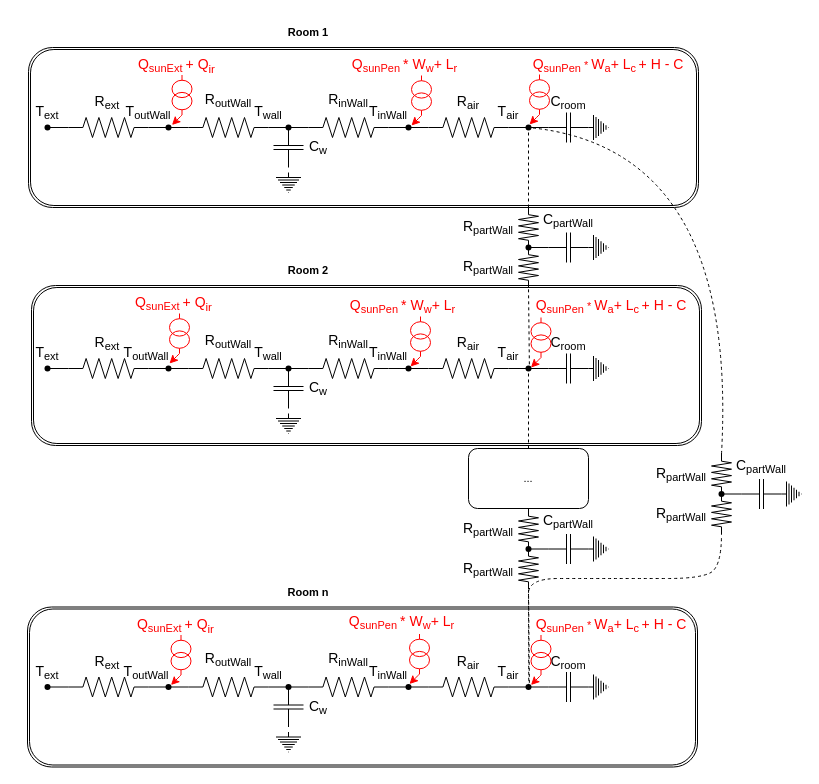
This is rc-building-circuit.drawio from henrikhestnes/esp-r-house, a draw.io file, before an edit. Source tidied: cells renumbered, new cells numbered last; positions are measured from the earlier drawing's top-left corner, leaving out a move shared by most shapes. Both pictures are drawn from the tidied source at 100%, with x=0, y=0 at pixel (17, 17).
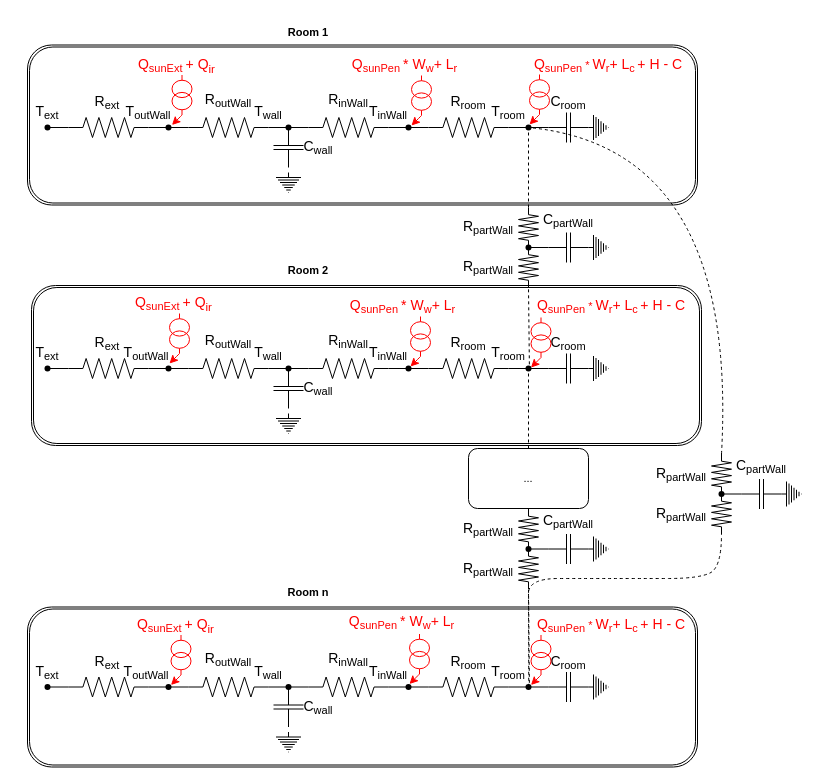
Above is the later version.

What changed in the source:
```diff
@@
+    <mxCell id="155" style="shape=ext;double=1;rounded=1;whiteSpace=wrap;html=1;strokeColor=#000000;fontSize=11;fontColor=#FF0000;fillColor=none;" parent="1" vertex="1">
+      <mxGeometry x="10" y="589.5" width="670" height="160" as="geometry" />
+    </mxCell>
+    <mxCell id="153" style="shape=ext;double=1;rounded=1;whiteSpace=wrap;html=1;strokeColor=#000000;fontSize=11;fontColor=#FF0000;fillColor=none;" parent="1" vertex="1">
+      <mxGeometry x="10" y="27.5" width="670" height="160" as="geometry" />
+    </mxCell>
+    <mxCell id="154" style="shape=ext;double=1;rounded=1;whiteSpace=wrap;html=1;strokeColor=#000000;fontSize=11;fontColor=#FF0000;fillColor=none;" parent="1" vertex="1">
+      <mxGeometry x="14" y="268" width="670" height="160" as="geometry" />
+    </mxCell>
@@
-    <mxCell id="16" value="&lt;span style=&quot;font-size: 14px;&quot;&gt;C&lt;/span&gt;&lt;sub style=&quot;&quot;&gt;&lt;font style=&quot;font-size: 11px;&quot;&gt;w&lt;/font&gt;&lt;/sub&gt;" style="text;html=1;strokeColor=none;fillColor=none;align=center;verticalAlign=middle;whiteSpace=wrap;rounded=0;" parent="1" vertex="1">
+    <mxCell id="16" value="&lt;span style=&quot;font-size: 14px;&quot;&gt;C&lt;/span&gt;&lt;sub style=&quot;&quot;&gt;&lt;font style=&quot;font-size: 11px;&quot;&gt;wall&lt;/font&gt;&lt;/sub&gt;" style="text;html=1;strokeColor=none;fillColor=none;align=center;verticalAlign=middle;whiteSpace=wrap;rounded=0;" parent="1" vertex="1">
       <mxGeometry x="271" y="115" width="60" height="30" as="geometry" />
     </mxCell>
@@
-    <mxCell id="23" value="&lt;font style=&quot;font-size: 14px;&quot;&gt;T&lt;/font&gt;&lt;sub style=&quot;&quot;&gt;&lt;font style=&quot;font-size: 11px;&quot;&gt;air&lt;/font&gt;&lt;/sub&gt;" style="text;html=1;strokeColor=none;fillColor=none;align=center;verticalAlign=middle;whiteSpace=wrap;rounded=0;" parent="1" vertex="1">
+    <mxCell id="23" value="&lt;font style=&quot;font-size: 14px;&quot;&gt;T&lt;/font&gt;&lt;sub style=&quot;&quot;&gt;&lt;font style=&quot;font-size: 11px;&quot;&gt;room&lt;/font&gt;&lt;/sub&gt;" style="text;html=1;strokeColor=none;fillColor=none;align=center;verticalAlign=middle;whiteSpace=wrap;rounded=0;" parent="1" vertex="1">
       <mxGeometry x="461" y="80" width="60" height="30" as="geometry" />
     </mxCell>
@@
-    <mxCell id="28" value="&lt;font style=&quot;&quot;&gt;&lt;font style=&quot;&quot;&gt;&lt;span style=&quot;font-size: 14px;&quot;&gt;R&lt;/span&gt;&lt;sub style=&quot;&quot;&gt;&lt;font style=&quot;font-size: 11px;&quot;&gt;air&lt;/font&gt;&lt;/sub&gt;&lt;br&gt;&lt;/font&gt;&lt;/font&gt;" style="text;html=1;strokeColor=none;fillColor=none;align=center;verticalAlign=middle;whiteSpace=wrap;rounded=0;" parent="1" vertex="1">
+    <mxCell id="28" value="&lt;font style=&quot;&quot;&gt;&lt;font style=&quot;&quot;&gt;&lt;span style=&quot;font-size: 14px;&quot;&gt;R&lt;/span&gt;&lt;sub style=&quot;&quot;&gt;&lt;font style=&quot;font-size: 11px;&quot;&gt;room&lt;/font&gt;&lt;/sub&gt;&lt;br&gt;&lt;/font&gt;&lt;/font&gt;" style="text;html=1;strokeColor=none;fillColor=none;align=center;verticalAlign=middle;whiteSpace=wrap;rounded=0;" parent="1" vertex="1">
       <mxGeometry x="421" y="70" width="60" height="30" as="geometry" />
     </mxCell>
@@
-    <mxCell id="57" value="&lt;span style=&quot;font-size: 14px;&quot;&gt;C&lt;/span&gt;&lt;sub style=&quot;&quot;&gt;&lt;font style=&quot;font-size: 11px;&quot;&gt;w&lt;/font&gt;&lt;/sub&gt;" style="text;html=1;strokeColor=none;fillColor=none;align=center;verticalAlign=middle;whiteSpace=wrap;rounded=0;" parent="1" vertex="1">
+    <mxCell id="57" value="&lt;span style=&quot;font-size: 14px;&quot;&gt;C&lt;/span&gt;&lt;sub style=&quot;&quot;&gt;&lt;font style=&quot;font-size: 11px;&quot;&gt;wall&lt;/font&gt;&lt;/sub&gt;" style="text;html=1;strokeColor=none;fillColor=none;align=center;verticalAlign=middle;whiteSpace=wrap;rounded=0;" parent="1" vertex="1">
       <mxGeometry x="271" y="356" width="60" height="30" as="geometry" />
     </mxCell>
@@
-    <mxCell id="64" value="&lt;font style=&quot;font-size: 14px;&quot;&gt;T&lt;/font&gt;&lt;sub style=&quot;&quot;&gt;&lt;font style=&quot;font-size: 11px;&quot;&gt;air&lt;/font&gt;&lt;/sub&gt;" style="text;html=1;strokeColor=none;fillColor=none;align=center;verticalAlign=middle;whiteSpace=wrap;rounded=0;" parent="1" vertex="1">
+    <mxCell id="64" value="&lt;font style=&quot;font-size: 14px;&quot;&gt;T&lt;/font&gt;&lt;sub style=&quot;&quot;&gt;&lt;font style=&quot;font-size: 11px;&quot;&gt;room&lt;/font&gt;&lt;/sub&gt;" style="text;html=1;strokeColor=none;fillColor=none;align=center;verticalAlign=middle;whiteSpace=wrap;rounded=0;" parent="1" vertex="1">
       <mxGeometry x="461" y="321" width="60" height="30" as="geometry" />
     </mxCell>
@@
-    <mxCell id="68" value="&lt;font style=&quot;&quot;&gt;&lt;font style=&quot;&quot;&gt;&lt;span style=&quot;font-size: 14px;&quot;&gt;R&lt;/span&gt;&lt;sub style=&quot;&quot;&gt;&lt;font style=&quot;font-size: 11px;&quot;&gt;air&lt;/font&gt;&lt;/sub&gt;&lt;br&gt;&lt;/font&gt;&lt;/font&gt;" style="text;html=1;strokeColor=none;fillColor=none;align=center;verticalAlign=middle;whiteSpace=wrap;rounded=0;" parent="1" vertex="1">
+    <mxCell id="68" value="&lt;font style=&quot;&quot;&gt;&lt;font style=&quot;&quot;&gt;&lt;span style=&quot;font-size: 14px;&quot;&gt;R&lt;/span&gt;&lt;sub style=&quot;&quot;&gt;&lt;font style=&quot;font-size: 11px;&quot;&gt;room&lt;/font&gt;&lt;/sub&gt;&lt;br&gt;&lt;/font&gt;&lt;/font&gt;" style="text;html=1;strokeColor=none;fillColor=none;align=center;verticalAlign=middle;whiteSpace=wrap;rounded=0;" parent="1" vertex="1">
       <mxGeometry x="421" y="311" width="60" height="30" as="geometry" />
     </mxCell>
@@
-    <mxCell id="99" value="&lt;span style=&quot;font-size: 14px;&quot;&gt;C&lt;/span&gt;&lt;sub style=&quot;&quot;&gt;&lt;font style=&quot;font-size: 11px;&quot;&gt;w&lt;/font&gt;&lt;/sub&gt;" style="text;html=1;strokeColor=none;fillColor=none;align=center;verticalAlign=middle;whiteSpace=wrap;rounded=0;" parent="1" vertex="1">
+    <mxCell id="99" value="&lt;span style=&quot;font-size: 14px;&quot;&gt;C&lt;/span&gt;&lt;sub style=&quot;&quot;&gt;&lt;font style=&quot;font-size: 11px;&quot;&gt;wall&lt;/font&gt;&lt;/sub&gt;" style="text;html=1;strokeColor=none;fillColor=none;align=center;verticalAlign=middle;whiteSpace=wrap;rounded=0;" parent="1" vertex="1">
       <mxGeometry x="271" y="674.5" width="60" height="30" as="geometry" />
     </mxCell>
@@
-    <mxCell id="106" value="&lt;font style=&quot;font-size: 14px;&quot;&gt;T&lt;/font&gt;&lt;sub style=&quot;&quot;&gt;&lt;font style=&quot;font-size: 11px;&quot;&gt;air&lt;/font&gt;&lt;/sub&gt;" style="text;html=1;strokeColor=none;fillColor=none;align=center;verticalAlign=middle;whiteSpace=wrap;rounded=0;" parent="1" vertex="1">
+    <mxCell id="106" value="&lt;font style=&quot;font-size: 14px;&quot;&gt;T&lt;/font&gt;&lt;sub style=&quot;&quot;&gt;&lt;font style=&quot;font-size: 11px;&quot;&gt;room&lt;/font&gt;&lt;/sub&gt;" style="text;html=1;strokeColor=none;fillColor=none;align=center;verticalAlign=middle;whiteSpace=wrap;rounded=0;" parent="1" vertex="1">
       <mxGeometry x="461" y="639.5" width="60" height="30" as="geometry" />
     </mxCell>
@@
-    <mxCell id="110" value="&lt;font style=&quot;&quot;&gt;&lt;font style=&quot;&quot;&gt;&lt;span style=&quot;font-size: 14px;&quot;&gt;R&lt;/span&gt;&lt;sub style=&quot;&quot;&gt;&lt;font style=&quot;font-size: 11px;&quot;&gt;air&lt;/font&gt;&lt;/sub&gt;&lt;br&gt;&lt;/font&gt;&lt;/font&gt;" style="text;html=1;strokeColor=none;fillColor=none;align=center;verticalAlign=middle;whiteSpace=wrap;rounded=0;" parent="1" vertex="1">
+    <mxCell id="110" value="&lt;font style=&quot;&quot;&gt;&lt;font style=&quot;&quot;&gt;&lt;span style=&quot;font-size: 14px;&quot;&gt;R&lt;/span&gt;&lt;sub style=&quot;&quot;&gt;&lt;font style=&quot;font-size: 11px;&quot;&gt;room&lt;/font&gt;&lt;/sub&gt;&lt;br&gt;&lt;/font&gt;&lt;/font&gt;" style="text;html=1;strokeColor=none;fillColor=none;align=center;verticalAlign=middle;whiteSpace=wrap;rounded=0;" parent="1" vertex="1">
       <mxGeometry x="421" y="629.5" width="60" height="30" as="geometry" />
     </mxCell>
@@
-    <mxCell id="137" value="&lt;font color=&quot;#ff0000&quot;&gt;&lt;font style=&quot;font-size: 14px;&quot;&gt;Q&lt;/font&gt;&lt;font style=&quot;vertical-align: sub; font-size: 11px;&quot;&gt;sunPen&lt;/font&gt;&lt;font style=&quot;font-size: 11px;&quot;&gt;&amp;nbsp;* &lt;/font&gt;&lt;font style=&quot;&quot;&gt;&lt;font style=&quot;font-size: 14px;&quot;&gt;W&lt;/font&gt;&lt;sub style=&quot;font-size: 11px;&quot;&gt;a&lt;/sub&gt;&lt;/font&gt;&lt;font style=&quot;&quot;&gt;&lt;span style=&quot;font-size: 14px;&quot;&gt;+ L&lt;/span&gt;&lt;sub style=&quot;&quot;&gt;&lt;font style=&quot;font-size: 11px;&quot;&gt;c&lt;/font&gt; &lt;/sub&gt;&lt;span style=&quot;font-size: 14px;&quot;&gt;+ H - C&lt;/span&gt;&lt;/font&gt;&lt;/font&gt;" style="text;html=1;strokeColor=none;fillColor=none;align=center;verticalAlign=middle;whiteSpace=wrap;rounded=0;fontSize=11;" parent="1" vertex="1">
+    <mxCell id="137" value="&lt;font color=&quot;#ff0000&quot;&gt;&lt;font style=&quot;font-size: 14px;&quot;&gt;Q&lt;/font&gt;&lt;font style=&quot;vertical-align: sub; font-size: 11px;&quot;&gt;sunPen&lt;/font&gt;&lt;font style=&quot;font-size: 11px;&quot;&gt;&amp;nbsp;* &lt;/font&gt;&lt;font style=&quot;&quot;&gt;&lt;font style=&quot;font-size: 14px;&quot;&gt;W&lt;/font&gt;&lt;sub style=&quot;font-size: 11px;&quot;&gt;r&lt;/sub&gt;&lt;/font&gt;&lt;font style=&quot;&quot;&gt;&lt;span style=&quot;font-size: 14px;&quot;&gt;+ L&lt;/span&gt;&lt;sub style=&quot;&quot;&gt;&lt;font style=&quot;font-size: 11px;&quot;&gt;c&lt;/font&gt; &lt;/sub&gt;&lt;span style=&quot;font-size: 14px;&quot;&gt;+ H - C&lt;/span&gt;&lt;/font&gt;&lt;/font&gt;" style="text;html=1;strokeColor=none;fillColor=none;align=center;verticalAlign=middle;whiteSpace=wrap;rounded=0;fontSize=11;" parent="1" vertex="1">
       <mxGeometry x="511" y="33" width="160" height="30" as="geometry" />
     </mxCell>
@@
-    <mxCell id="151" value="&lt;font color=&quot;#ff0000&quot;&gt;&lt;font style=&quot;font-size: 14px;&quot;&gt;Q&lt;/font&gt;&lt;font style=&quot;vertical-align: sub; font-size: 11px;&quot;&gt;sunPen&lt;/font&gt;&lt;font style=&quot;font-size: 11px;&quot;&gt;&amp;nbsp;* &lt;/font&gt;&lt;font style=&quot;&quot;&gt;&lt;font style=&quot;font-size: 14px;&quot;&gt;W&lt;/font&gt;&lt;sub style=&quot;font-size: 11px;&quot;&gt;a&lt;/sub&gt;&lt;/font&gt;&lt;font style=&quot;&quot;&gt;&lt;span style=&quot;font-size: 14px;&quot;&gt;+ L&lt;/span&gt;&lt;sub style=&quot;&quot;&gt;&lt;font style=&quot;font-size: 11px;&quot;&gt;c&lt;/font&gt; &lt;/sub&gt;&lt;span style=&quot;font-size: 14px;&quot;&gt;+ H - C&lt;/span&gt;&lt;/font&gt;&lt;/font&gt;" style="text;html=1;strokeColor=none;fillColor=none;align=center;verticalAlign=middle;whiteSpace=wrap;rounded=0;fontSize=11;" parent="1" vertex="1">
+    <mxCell id="151" value="&lt;font color=&quot;#ff0000&quot;&gt;&lt;font style=&quot;font-size: 14px;&quot;&gt;Q&lt;/font&gt;&lt;font style=&quot;vertical-align: sub; font-size: 11px;&quot;&gt;sunPen&lt;/font&gt;&lt;font style=&quot;font-size: 11px;&quot;&gt;&amp;nbsp;* &lt;/font&gt;&lt;font style=&quot;&quot;&gt;&lt;font style=&quot;font-size: 14px;&quot;&gt;W&lt;/font&gt;&lt;sub style=&quot;font-size: 11px;&quot;&gt;r&lt;/sub&gt;&lt;/font&gt;&lt;font style=&quot;&quot;&gt;&lt;span style=&quot;font-size: 14px;&quot;&gt;+ L&lt;/span&gt;&lt;sub style=&quot;&quot;&gt;&lt;font style=&quot;font-size: 11px;&quot;&gt;c&lt;/font&gt; &lt;/sub&gt;&lt;span style=&quot;font-size: 14px;&quot;&gt;+ H - C&lt;/span&gt;&lt;/font&gt;&lt;/font&gt;" style="text;html=1;strokeColor=none;fillColor=none;align=center;verticalAlign=middle;whiteSpace=wrap;rounded=0;fontSize=11;" parent="1" vertex="1">
       <mxGeometry x="513.5" y="274" width="160" height="30" as="geometry" />
     </mxCell>
-    <mxCell id="152" value="&lt;font color=&quot;#ff0000&quot;&gt;&lt;font style=&quot;font-size: 14px;&quot;&gt;Q&lt;/font&gt;&lt;font style=&quot;vertical-align: sub; font-size: 11px;&quot;&gt;sunPen&lt;/font&gt;&lt;font style=&quot;font-size: 11px;&quot;&gt;&amp;nbsp;* &lt;/font&gt;&lt;font style=&quot;&quot;&gt;&lt;font style=&quot;font-size: 14px;&quot;&gt;W&lt;/font&gt;&lt;sub style=&quot;font-size: 11px;&quot;&gt;a&lt;/sub&gt;&lt;/font&gt;&lt;font style=&quot;&quot;&gt;&lt;span style=&quot;font-size: 14px;&quot;&gt;+ L&lt;/span&gt;&lt;sub style=&quot;&quot;&gt;&lt;font style=&quot;font-size: 11px;&quot;&gt;c&lt;/font&gt; &lt;/sub&gt;&lt;span style=&quot;font-size: 14px;&quot;&gt;+ H - C&lt;/span&gt;&lt;/font&gt;&lt;/font&gt;" style="text;html=1;strokeColor=none;fillColor=none;align=center;verticalAlign=middle;whiteSpace=wrap;rounded=0;fontSize=11;" parent="1" vertex="1">
+    <mxCell id="152" value="&lt;font color=&quot;#ff0000&quot;&gt;&lt;font style=&quot;font-size: 14px;&quot;&gt;Q&lt;/font&gt;&lt;font style=&quot;vertical-align: sub; font-size: 11px;&quot;&gt;sunPen&lt;/font&gt;&lt;font style=&quot;font-size: 11px;&quot;&gt;&amp;nbsp;* &lt;/font&gt;&lt;font style=&quot;&quot;&gt;&lt;font style=&quot;font-size: 14px;&quot;&gt;W&lt;/font&gt;&lt;sub style=&quot;font-size: 11px;&quot;&gt;r&lt;/sub&gt;&lt;/font&gt;&lt;font style=&quot;&quot;&gt;&lt;span style=&quot;font-size: 14px;&quot;&gt;+ L&lt;/span&gt;&lt;sub style=&quot;&quot;&gt;&lt;font style=&quot;font-size: 11px;&quot;&gt;c&lt;/font&gt; &lt;/sub&gt;&lt;span style=&quot;font-size: 14px;&quot;&gt;+ H - C&lt;/span&gt;&lt;/font&gt;&lt;/font&gt;" style="text;html=1;strokeColor=none;fillColor=none;align=center;verticalAlign=middle;whiteSpace=wrap;rounded=0;fontSize=11;" parent="1" vertex="1">
       <mxGeometry x="513.5" y="592.5" width="160" height="30" as="geometry" />
     </mxCell>
-    <mxCell id="153" style="shape=ext;double=1;rounded=1;whiteSpace=wrap;html=1;strokeColor=#000000;fontSize=11;fontColor=#FF0000;fillColor=none;" parent="1" vertex="1">
-      <mxGeometry x="11" y="30" width="670" height="160" as="geometry" />
-    </mxCell>
-    <mxCell id="154" style="shape=ext;double=1;rounded=1;whiteSpace=wrap;html=1;strokeColor=#000000;fontSize=11;fontColor=#FF0000;fillColor=none;" parent="1" vertex="1">
-      <mxGeometry x="14" y="268" width="670" height="160" as="geometry" />
-    </mxCell>
-    <mxCell id="155" style="shape=ext;double=1;rounded=1;whiteSpace=wrap;html=1;strokeColor=#000000;fontSize=11;fontColor=#FF0000;fillColor=none;" parent="1" vertex="1">
-      <mxGeometry x="10" y="589.5" width="670" height="160" as="geometry" />
-    </mxCell>
```
